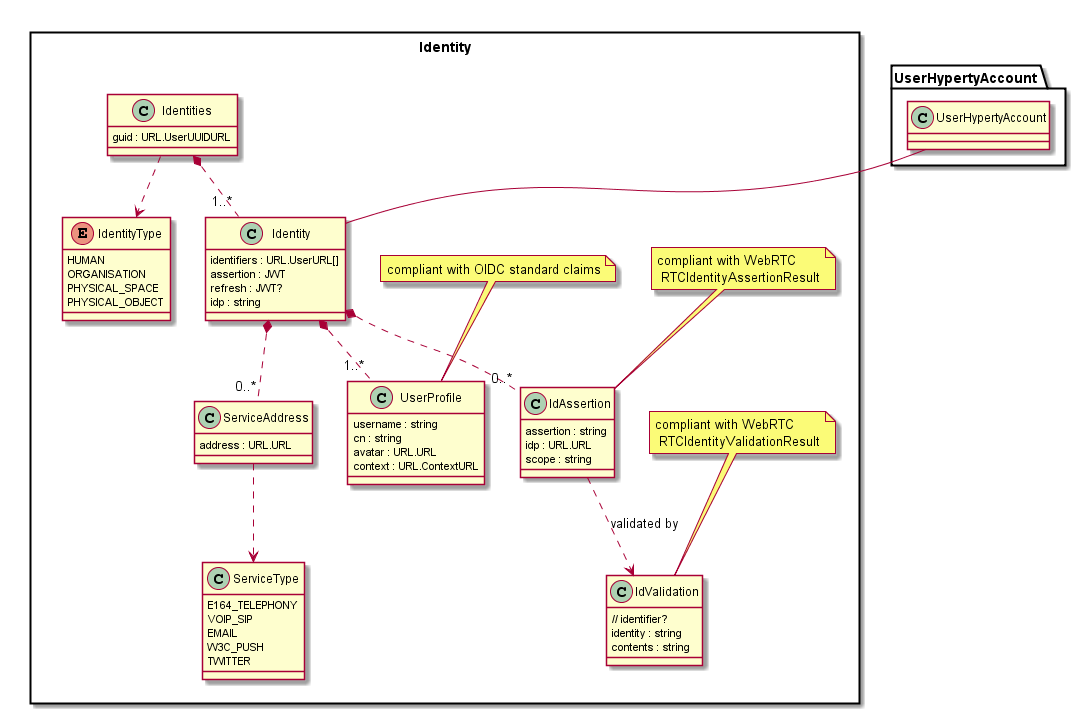
The PlantUML diagram datamodel/core/user-identity/Identity-Data-Object-Model.png in reTHINK-project/specs, before a commit.
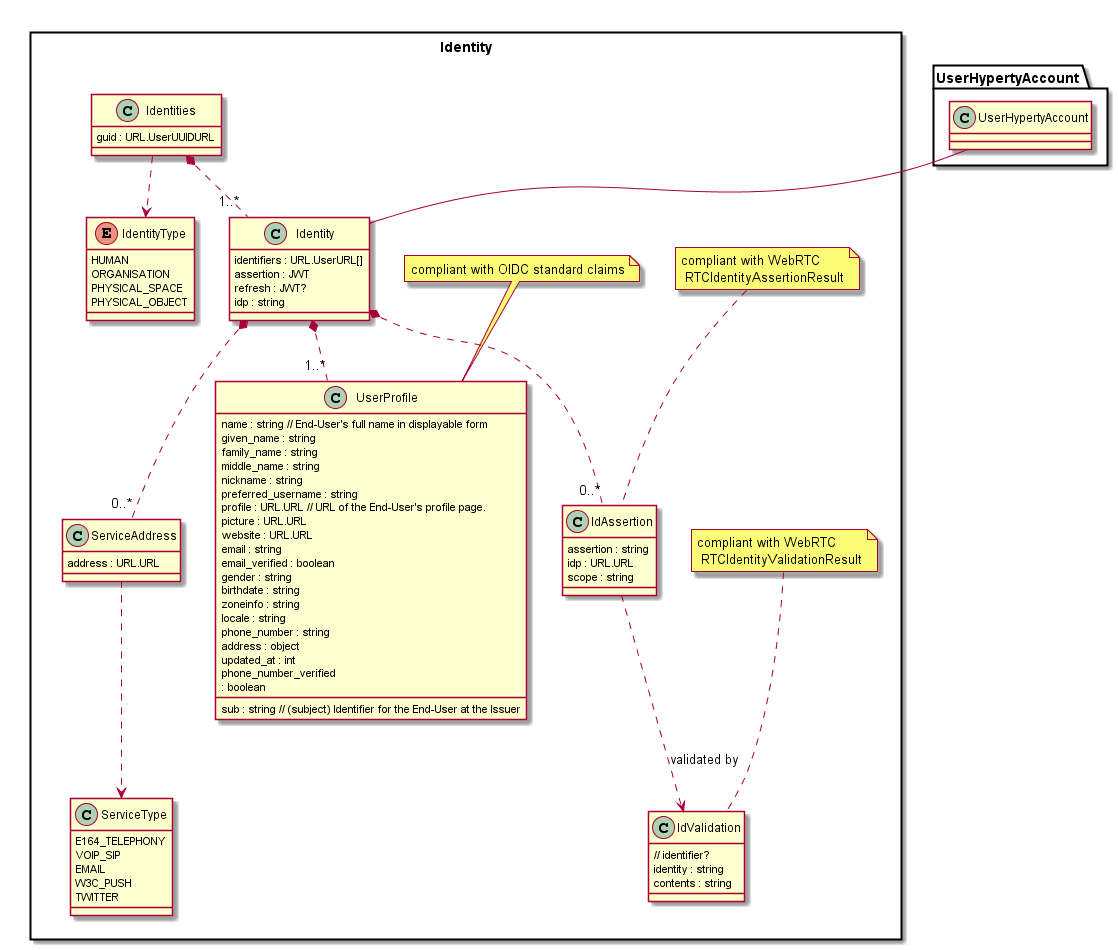
After the change.

Commit message:
User Profile from Identity Model completed according to OIDC standardised claims

What changed in the source:
```diff
@@ -51,10 +51,26 @@
 	}
 
 	class UserProfile {
-		username : string
-		cn : string
-		avatar : URL.URL
-		context : URL.ContextURL
+		sub : string // (subject) Identifier for the End-User at the Issuer
+		name : string // End-User's full name in displayable form
+		given_name : string
+		family_name : string
+		middle_name : string
+		nickname : string
+		preferred_username : string
+		profile : URL.URL // URL of the End-User's profile page.
+		picture : URL.URL
+		website : URL.URL
+		email : string
+		email_verified : boolean
+		gender : string
+		birthdate : string
+		zoneinfo : string
+		locale : string
+		phone_number : string
+		address : object
+		updated_at : int
+		phone_number_verified	: boolean
 	}
 
 	note top : compliant with OIDC standard claims
```
